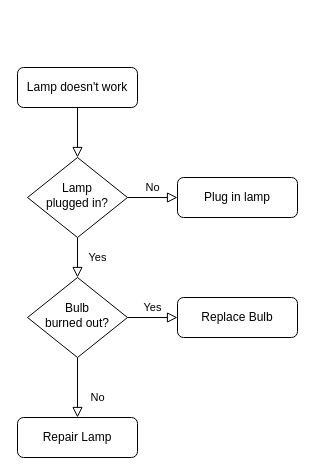
Before: Untitled Diagram.drawio in gebeke/onboarding, a draw.io diagram. Source tidied: cells renumbered, new cells numbered last; positions are measured from the earlier drawing's top-left corner, leaving out a move shared by most shapes. Both pictures are drawn from the tidied source at 100%, with x=0, y=0 at pixel (17, 67).
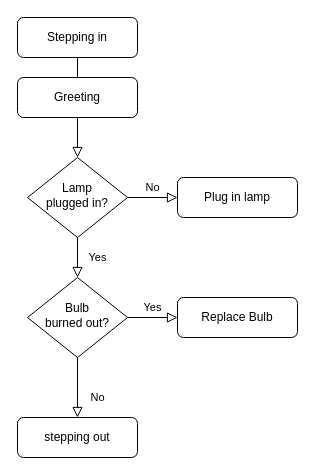
Above is the later version.

The edit, as a diff of the source:
```diff
@@
 <mxGraphModel>
   <root>
     <mxCell id="0" />
     <mxCell id="1" parent="0" />
-    <mxCell id="2" style="rounded=0;html=1;jettySize=auto;fontSize=11;endArrow=block;endFill=0;endSize=8;strokeWidth=1;shadow=0;labelBackgroundColor=none;edgeStyle=orthogonalEdgeStyle;" parent="1" edge="1" source="3" target="6">
+    <mxCell id="2" style="rounded=0;html=1;jettySize=auto;fontSize=11;endArrow=block;endFill=0;endSize=8;strokeWidth=1;shadow=0;labelBackgroundColor=none;edgeStyle=orthogonalEdgeStyle;startArrow=none;" parent="1" edge="1" source="13" target="6">
       <mxGeometry relative="1" as="geometry" />
     </mxCell>
-    <mxCell id="3" value="Lamp doesn't work" style="rounded=1;whiteSpace=wrap;html=1;fontSize=12;glass=0;strokeWidth=1;shadow=0;" parent="1" vertex="1">
-      <mxGeometry width="120" height="40" as="geometry" />
+    <mxCell id="3" value="Stepping in&lt;br&gt;" style="rounded=1;whiteSpace=wrap;html=1;fontSize=12;glass=0;strokeWidth=1;shadow=0;" parent="1" vertex="1">
+      <mxGeometry y="-50" width="120" height="40" as="geometry" />
     </mxCell>
     <mxCell id="4" value="Yes" style="rounded=0;html=1;jettySize=auto;fontSize=11;endArrow=block;endFill=0;endSize=8;strokeWidth=1;shadow=0;labelBackgroundColor=none;edgeStyle=orthogonalEdgeStyle;" parent="1" edge="1" source="6" target="10">
       <mxGeometry y="20" relative="1" as="geometry" />
     </mxCell>
     <mxCell id="5" value="No" style="edgeStyle=orthogonalEdgeStyle;rounded=0;html=1;jettySize=auto;fontSize=11;endArrow=block;endFill=0;endSize=8;strokeWidth=1;shadow=0;labelBackgroundColor=none;" parent="1" edge="1" source="6" target="7">
       <mxGeometry y="10" relative="1" as="geometry" />
     </mxCell>
     <mxCell id="6" value="Lamp&lt;br&gt;plugged in?" style="rhombus;whiteSpace=wrap;html=1;shadow=0;fontFamily=Helvetica;fontSize=12;align=center;strokeWidth=1;spacing=6;spacingTop=-4;" parent="1" vertex="1">
       <mxGeometry x="10" y="90" width="100" height="80" as="geometry" />
     </mxCell>
     <mxCell id="7" value="Plug in lamp" style="rounded=1;whiteSpace=wrap;html=1;fontSize=12;glass=0;strokeWidth=1;shadow=0;" parent="1" vertex="1">
       <mxGeometry x="160" y="110" width="120" height="40" as="geometry" />
     </mxCell>
     <mxCell id="8" value="No" style="rounded=0;html=1;jettySize=auto;fontSize=11;endArrow=block;endFill=0;endSize=8;strokeWidth=1;shadow=0;labelBackgroundColor=none;edgeStyle=orthogonalEdgeStyle;" parent="1" edge="1" source="10" target="11">
       <mxGeometry x="0.33" y="20" relative="1" as="geometry" />
     </mxCell>
     <mxCell id="9" value="Yes" style="edgeStyle=orthogonalEdgeStyle;rounded=0;html=1;jettySize=auto;fontSize=11;endArrow=block;endFill=0;endSize=8;strokeWidth=1;shadow=0;labelBackgroundColor=none;" parent="1" edge="1" source="10" target="12">
       <mxGeometry y="10" relative="1" as="geometry" />
     </mxCell>
     <mxCell id="10" value="Bulb&lt;br&gt;burned out?" style="rhombus;whiteSpace=wrap;html=1;shadow=0;fontFamily=Helvetica;fontSize=12;align=center;strokeWidth=1;spacing=6;spacingTop=-4;" parent="1" vertex="1">
       <mxGeometry x="10" y="210" width="100" height="80" as="geometry" />
     </mxCell>
-    <mxCell id="11" value="Repair Lamp" style="rounded=1;whiteSpace=wrap;html=1;fontSize=12;glass=0;strokeWidth=1;shadow=0;" parent="1" vertex="1">
+    <mxCell id="11" value="stepping out" style="rounded=1;whiteSpace=wrap;html=1;fontSize=12;glass=0;strokeWidth=1;shadow=0;" parent="1" vertex="1">
       <mxGeometry y="350" width="120" height="40" as="geometry" />
     </mxCell>
     <mxCell id="12" value="Replace Bulb" style="rounded=1;whiteSpace=wrap;html=1;fontSize=12;glass=0;strokeWidth=1;shadow=0;" parent="1" vertex="1">
       <mxGeometry x="160" y="230" width="120" height="40" as="geometry" />
     </mxCell>
+    <mxCell id="13" value="Greeting" style="rounded=1;whiteSpace=wrap;html=1;fontSize=12;glass=0;strokeWidth=1;shadow=0;" parent="1" vertex="1">
+      <mxGeometry y="10" width="120" height="40" as="geometry" />
+    </mxCell>
+    <mxCell id="14" style="rounded=0;html=1;jettySize=auto;fontSize=11;endArrow=none;endFill=0;endSize=8;strokeWidth=1;shadow=0;labelBackgroundColor=none;edgeStyle=orthogonalEdgeStyle;" parent="1" edge="1" source="3" target="13">
+      <mxGeometry relative="1" as="geometry" />
+    </mxCell>
   </root>
 </mxGraphModel>
```
